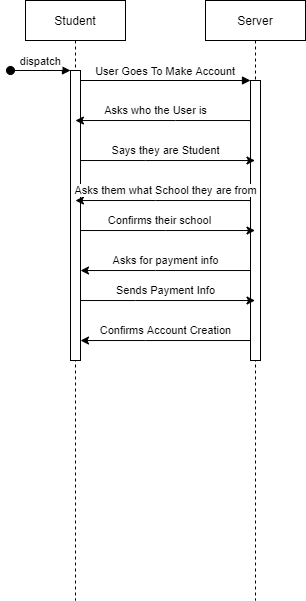
Earlier version of the draw.io export Deliverables/Week_3/Use_Case/Experts/Sequence Diagrams/User_Maintenance.png (Hanandrof/Group-3-Repository). Source tidied: cells renumbered, new cells last; positions are measured from the earlier drawing's top-left corner, leaving out a move shared by most shapes. The source it was exported from:
```xml
<mxGraphModel>
  <root>
    <mxCell id="0" />
    <mxCell id="1" parent="0" />
    <mxCell id="2" value="Student" style="shape=umlLifeline;perimeter=lifelinePerimeter;rounded=0;shadow=0;strokeWidth=1;" parent="1" vertex="1">
      <mxGeometry x="15" width="100" height="600" as="geometry" />
    </mxCell>
    <mxCell id="3" style="points=[];perimeter=orthogonalPerimeter;rounded=0;shadow=0;strokeWidth=1;" parent="2" vertex="1">
      <mxGeometry x="45" y="70" width="10" height="290" as="geometry" />
    </mxCell>
    <mxCell id="4" value="dispatch" style="verticalAlign=bottom;startArrow=oval;endArrow=block;startSize=8;shadow=0;strokeWidth=1;" parent="2" edge="1" target="3">
      <mxGeometry relative="1" as="geometry">
        <mxPoint x="-15" y="70" as="sourcePoint" />
      </mxGeometry>
    </mxCell>
    <mxCell id="5" value="Server" style="shape=umlLifeline;perimeter=lifelinePerimeter;rounded=0;shadow=0;strokeWidth=1;" parent="1" vertex="1">
      <mxGeometry x="195" width="100" height="600" as="geometry" />
    </mxCell>
    <mxCell id="6" style="points=[];perimeter=orthogonalPerimeter;rounded=0;shadow=0;strokeWidth=1;" parent="5" vertex="1">
      <mxGeometry x="45" y="80" width="10" height="280" as="geometry" />
    </mxCell>
    <mxCell id="7" value="User Goes To Make Account" style="verticalAlign=bottom;endArrow=block;entryX=0;entryY=0;shadow=0;strokeWidth=1;" parent="1" edge="1" source="3" target="6">
      <mxGeometry relative="1" as="geometry" />
    </mxCell>
    <mxCell id="8" value="Asks who the User is" style="edgeStyle=orthogonalEdgeStyle;rounded=0;jettySize=auto;html=1;" parent="1" edge="1" source="6" target="2">
      <mxGeometry x="0.09" y="-10" relative="1" as="geometry">
        <Array as="points">
          <mxPoint x="165" y="120" />
          <mxPoint x="165" y="120" />
        </Array>
      </mxGeometry>
    </mxCell>
    <mxCell id="9" style="edgeStyle=orthogonalEdgeStyle;rounded=0;jettySize=auto;html=1;" parent="1" edge="1" source="3" target="5">
      <mxGeometry relative="1" as="geometry">
        <Array as="points">
          <mxPoint x="135" y="160" />
          <mxPoint x="135" y="160" />
        </Array>
      </mxGeometry>
    </mxCell>
    <mxCell id="10" value="Says they are Student" style="edgeLabel;html=1;align=center;verticalAlign=middle;" parent="9" vertex="1">
      <mxGeometry x="-0.07" y="-1" relative="1" as="geometry">
        <mxPoint x="3.9" y="-11" as="offset" />
      </mxGeometry>
    </mxCell>
    <mxCell id="11" value="Asks them what School they are from" style="edgeStyle=orthogonalEdgeStyle;rounded=0;jettySize=auto;html=1;" parent="1" edge="1" source="6" target="2">
      <mxGeometry x="-0.03" y="-10" relative="1" as="geometry">
        <Array as="points">
          <mxPoint x="145" y="200" />
          <mxPoint x="145" y="200" />
        </Array>
      </mxGeometry>
    </mxCell>
    <mxCell id="12" style="edgeStyle=orthogonalEdgeStyle;rounded=0;jettySize=auto;html=1;" parent="1" edge="1" source="3" target="5">
      <mxGeometry relative="1" as="geometry">
        <Array as="points">
          <mxPoint x="155" y="230" />
          <mxPoint x="155" y="230" />
        </Array>
      </mxGeometry>
    </mxCell>
    <mxCell id="13" value="Confirms their school" style="edgeLabel;html=1;align=center;verticalAlign=middle;" parent="12" vertex="1">
      <mxGeometry x="-0.1" y="2" relative="1" as="geometry">
        <mxPoint y="-8" as="offset" />
      </mxGeometry>
    </mxCell>
    <mxCell id="14" style="edgeStyle=orthogonalEdgeStyle;rounded=0;jettySize=auto;html=1;" parent="1" edge="1" source="6" target="3">
      <mxGeometry relative="1" as="geometry">
        <Array as="points">
          <mxPoint x="145" y="270" />
          <mxPoint x="145" y="270" />
        </Array>
      </mxGeometry>
    </mxCell>
    <mxCell id="15" value="Asks for payment info" style="edgeLabel;html=1;align=center;verticalAlign=middle;" parent="14" vertex="1">
      <mxGeometry x="0.12" y="1" relative="1" as="geometry">
        <mxPoint x="9.9" y="-11" as="offset" />
      </mxGeometry>
    </mxCell>
    <mxCell id="16" style="edgeStyle=orthogonalEdgeStyle;rounded=0;jettySize=auto;html=1;" parent="1" edge="1" source="3" target="5">
      <mxGeometry relative="1" as="geometry">
        <Array as="points">
          <mxPoint x="125" y="300" />
          <mxPoint x="125" y="300" />
        </Array>
      </mxGeometry>
    </mxCell>
    <mxCell id="17" value="Sends Payment Info" style="edgeLabel;html=1;align=center;verticalAlign=middle;" parent="16" vertex="1">
      <mxGeometry x="-0.08" relative="1" as="geometry">
        <mxPoint x="5" y="-10" as="offset" />
      </mxGeometry>
    </mxCell>
    <mxCell id="18" style="edgeStyle=orthogonalEdgeStyle;rounded=0;jettySize=auto;html=1;" parent="1" edge="1" source="6" target="3">
      <mxGeometry relative="1" as="geometry">
        <Array as="points">
          <mxPoint x="135" y="340" />
          <mxPoint x="135" y="340" />
        </Array>
      </mxGeometry>
    </mxCell>
    <mxCell id="19" value="Confirms Account Creation" style="edgeLabel;html=1;align=center;verticalAlign=middle;" parent="18" vertex="1">
      <mxGeometry x="0.17" relative="1" as="geometry">
        <mxPoint x="14.4" y="-10" as="offset" />
      </mxGeometry>
    </mxCell>
  </root>
</mxGraphModel>
```
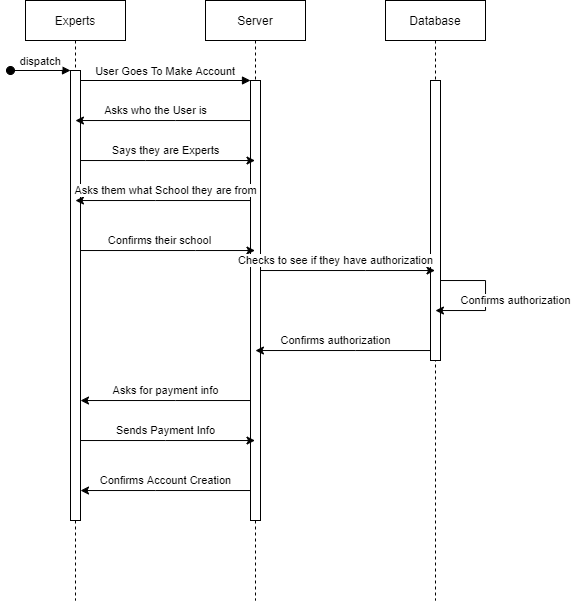
Later version of the same file.

The edit, as a diff of the source:
```diff
@@ -2,11 +2,11 @@
   <root>
     <mxCell id="0" />
     <mxCell id="1" parent="0" />
-    <mxCell id="2" value="Student" style="shape=umlLifeline;perimeter=lifelinePerimeter;rounded=0;shadow=0;strokeWidth=1;" parent="1" vertex="1">
+    <mxCell id="2" value="Experts" style="shape=umlLifeline;perimeter=lifelinePerimeter;rounded=0;shadow=0;strokeWidth=1;" parent="1" vertex="1">
       <mxGeometry x="15" width="100" height="600" as="geometry" />
     </mxCell>
     <mxCell id="3" style="points=[];perimeter=orthogonalPerimeter;rounded=0;shadow=0;strokeWidth=1;" parent="2" vertex="1">
-      <mxGeometry x="45" y="70" width="10" height="290" as="geometry" />
+      <mxGeometry x="45" y="70" width="10" height="450" as="geometry" />
     </mxCell>
     <mxCell id="4" value="dispatch" style="verticalAlign=bottom;startArrow=oval;endArrow=block;startSize=8;shadow=0;strokeWidth=1;" parent="2" edge="1" target="3">
       <mxGeometry relative="1" as="geometry">
@@ -17,7 +17,7 @@
       <mxGeometry x="195" width="100" height="600" as="geometry" />
     </mxCell>
     <mxCell id="6" style="points=[];perimeter=orthogonalPerimeter;rounded=0;shadow=0;strokeWidth=1;" parent="5" vertex="1">
-      <mxGeometry x="45" y="80" width="10" height="280" as="geometry" />
+      <mxGeometry x="45" y="80" width="10" height="440" as="geometry" />
     </mxCell>
     <mxCell id="7" value="User Goes To Make Account" style="verticalAlign=bottom;endArrow=block;entryX=0;entryY=0;shadow=0;strokeWidth=1;" parent="1" edge="1" source="3" target="6">
       <mxGeometry relative="1" as="geometry" />
@@ -38,7 +38,7 @@
         </Array>
       </mxGeometry>
     </mxCell>
-    <mxCell id="10" value="Says they are Student" style="edgeLabel;html=1;align=center;verticalAlign=middle;" parent="9" vertex="1">
+    <mxCell id="10" value="Says they are Experts" style="edgeLabel;html=1;align=center;verticalAlign=middle;" parent="9" vertex="1">
       <mxGeometry x="-0.07" y="-1" relative="1" as="geometry">
         <mxPoint x="3.9" y="-11" as="offset" />
       </mxGeometry>
@@ -54,8 +54,8 @@
     <mxCell id="12" style="edgeStyle=orthogonalEdgeStyle;rounded=0;jettySize=auto;html=1;" parent="1" edge="1" source="3" target="5">
       <mxGeometry relative="1" as="geometry">
         <Array as="points">
-          <mxPoint x="155" y="230" />
-          <mxPoint x="155" y="230" />
+          <mxPoint x="185" y="250" />
+          <mxPoint x="185" y="250" />
         </Array>
       </mxGeometry>
     </mxCell>
@@ -67,8 +67,8 @@
     <mxCell id="14" style="edgeStyle=orthogonalEdgeStyle;rounded=0;jettySize=auto;html=1;" parent="1" edge="1" source="6" target="3">
       <mxGeometry relative="1" as="geometry">
         <Array as="points">
-          <mxPoint x="145" y="270" />
-          <mxPoint x="145" y="270" />
+          <mxPoint x="165" y="400" />
+          <mxPoint x="165" y="400" />
         </Array>
       </mxGeometry>
     </mxCell>
@@ -80,8 +80,8 @@
     <mxCell id="16" style="edgeStyle=orthogonalEdgeStyle;rounded=0;jettySize=auto;html=1;" parent="1" edge="1" source="3" target="5">
       <mxGeometry relative="1" as="geometry">
         <Array as="points">
-          <mxPoint x="125" y="300" />
-          <mxPoint x="125" y="300" />
+          <mxPoint x="155" y="440" />
+          <mxPoint x="155" y="440" />
         </Array>
       </mxGeometry>
     </mxCell>
@@ -93,8 +93,8 @@
     <mxCell id="18" style="edgeStyle=orthogonalEdgeStyle;rounded=0;jettySize=auto;html=1;" parent="1" edge="1" source="6" target="3">
       <mxGeometry relative="1" as="geometry">
         <Array as="points">
-          <mxPoint x="135" y="340" />
-          <mxPoint x="135" y="340" />
+          <mxPoint x="145" y="490" />
+          <mxPoint x="145" y="490" />
         </Array>
       </mxGeometry>
     </mxCell>
@@ -103,5 +103,35 @@
         <mxPoint x="14.4" y="-10" as="offset" />
       </mxGeometry>
     </mxCell>
+    <mxCell id="20" value="Database" style="shape=umlLifeline;perimeter=lifelinePerimeter;rounded=0;shadow=0;strokeWidth=1;" parent="1" vertex="1">
+      <mxGeometry x="375" width="100" height="600" as="geometry" />
+    </mxCell>
+    <mxCell id="21" style="points=[];perimeter=orthogonalPerimeter;rounded=0;shadow=0;strokeWidth=1;" parent="20" vertex="1">
+      <mxGeometry x="45" y="80" width="10" height="280" as="geometry" />
+    </mxCell>
+    <mxCell id="22" value="Confirms authorization" style="edgeStyle=orthogonalEdgeStyle;rounded=0;jettySize=auto;html=1;" parent="20" edge="1" source="21" target="20">
+      <mxGeometry x="0.04" y="30" relative="1" as="geometry">
+        <Array as="points">
+          <mxPoint x="100" y="280" />
+          <mxPoint x="100" y="310" />
+        </Array>
+      </mxGeometry>
+    </mxCell>
+    <mxCell id="23" value="Checks to see if they have authorization" style="edgeStyle=orthogonalEdgeStyle;rounded=0;jettySize=auto;html=1;" parent="1" edge="1" source="6" target="20">
+      <mxGeometry x="-0.14" y="10" relative="1" as="geometry">
+        <Array as="points">
+          <mxPoint x="355" y="270" />
+          <mxPoint x="355" y="270" />
+        </Array>
+      </mxGeometry>
+    </mxCell>
+    <mxCell id="24" value="Confirms authorization" style="edgeStyle=orthogonalEdgeStyle;rounded=0;jettySize=auto;html=1;" parent="1" edge="1" source="21" target="5">
+      <mxGeometry x="0.09" y="-10" relative="1" as="geometry">
+        <Array as="points">
+          <mxPoint x="345" y="350" />
+          <mxPoint x="345" y="350" />
+        </Array>
+      </mxGeometry>
+    </mxCell>
   </root>
 </mxGraphModel>
```
